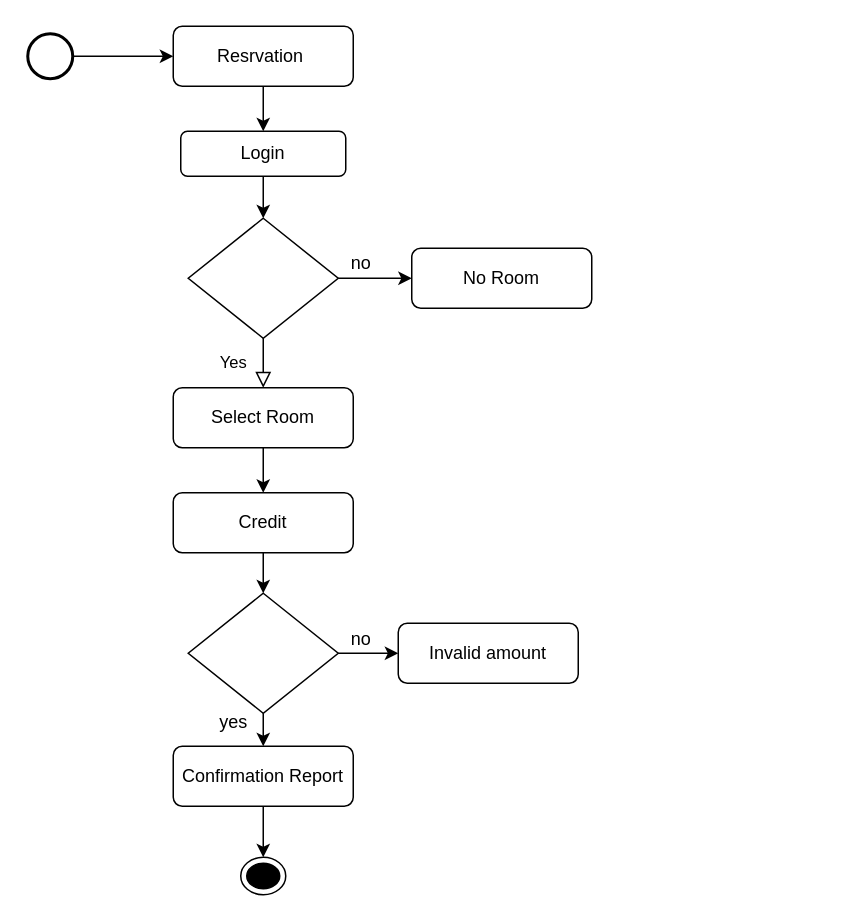
Earlier version of the draw.io diagram activity digram.drawio (AhmedTarek-95/System-Desine). Source tidied: cells renumbered, new cells numbered last; positions are measured from the earlier drawing's top-left corner, leaving out a move shared by most shapes. Both pictures are drawn from the tidied source at 150%, with x=0, y=0 at pixel (27, 26).
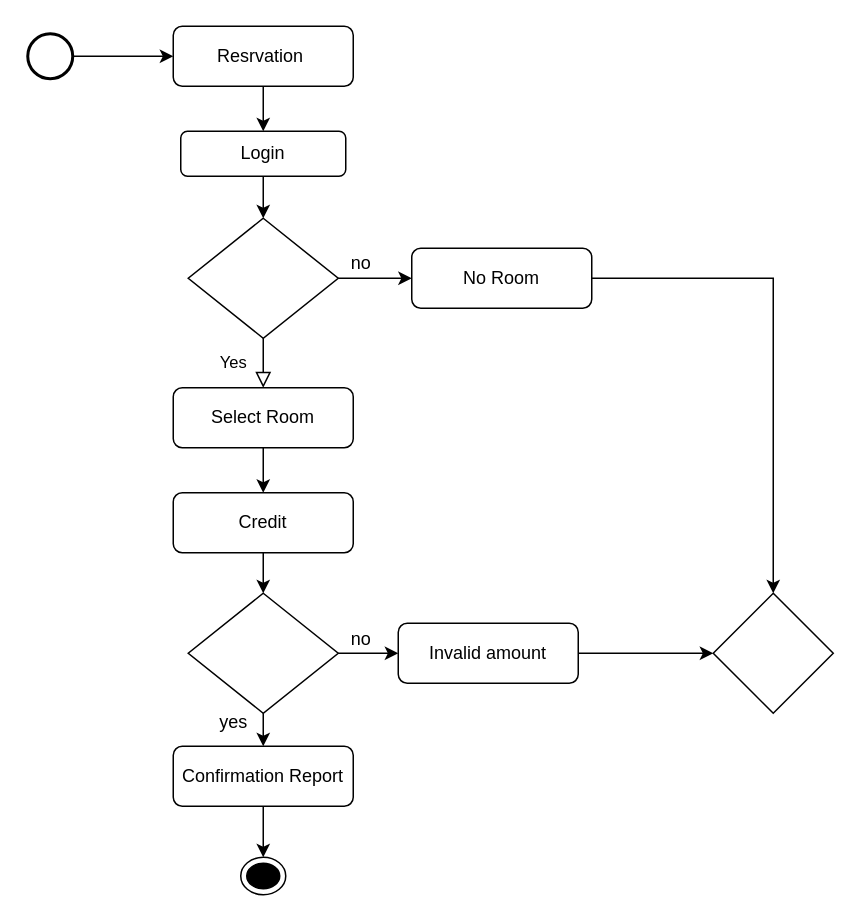
After the change.

The change refers to these unchanged cells:
```xml
<mxCell id="7" value="No Room" style="rounded=1;whiteSpace=wrap;html=1;fontSize=12;glass=0;strokeWidth=1;shadow=0;" parent="1" vertex="1">
  <mxGeometry x="256" y="148" width="120" height="40" as="geometry" />
</mxCell>
<mxCell id="21" value="Invalid amount" style="rounded=1;whiteSpace=wrap;html=1;fontSize=12;glass=0;strokeWidth=1;shadow=0;" parent="1" vertex="1">
  <mxGeometry x="247" y="398" width="120" height="40" as="geometry" />
</mxCell>
```

The edit, as a diff of the source:
```diff
@@
+    <mxCell id="26" style="edgeStyle=orthogonalEdgeStyle;rounded=0;jettySize=auto;html=1;exitX=1;exitY=0.5;exitDx=0;exitDy=0;entryX=0.5;entryY=0;entryDx=0;entryDy=0;" parent="1" edge="1" source="7" target="28">
+      <mxGeometry relative="1" as="geometry" />
+    </mxCell>
@@
+    <mxCell id="27" style="edgeStyle=orthogonalEdgeStyle;rounded=0;jettySize=auto;html=1;exitX=1;exitY=0.5;exitDx=0;exitDy=0;entryX=0;entryY=0.5;entryDx=0;entryDy=0;" parent="1" edge="1" source="21" target="28">
+      <mxGeometry relative="1" as="geometry" />
+    </mxCell>
@@
+    <mxCell id="28" style="rhombus;whiteSpace=wrap;html=1;" parent="1" vertex="1">
+      <mxGeometry x="457" y="378" width="80" height="80" as="geometry" />
+    </mxCell>
```
